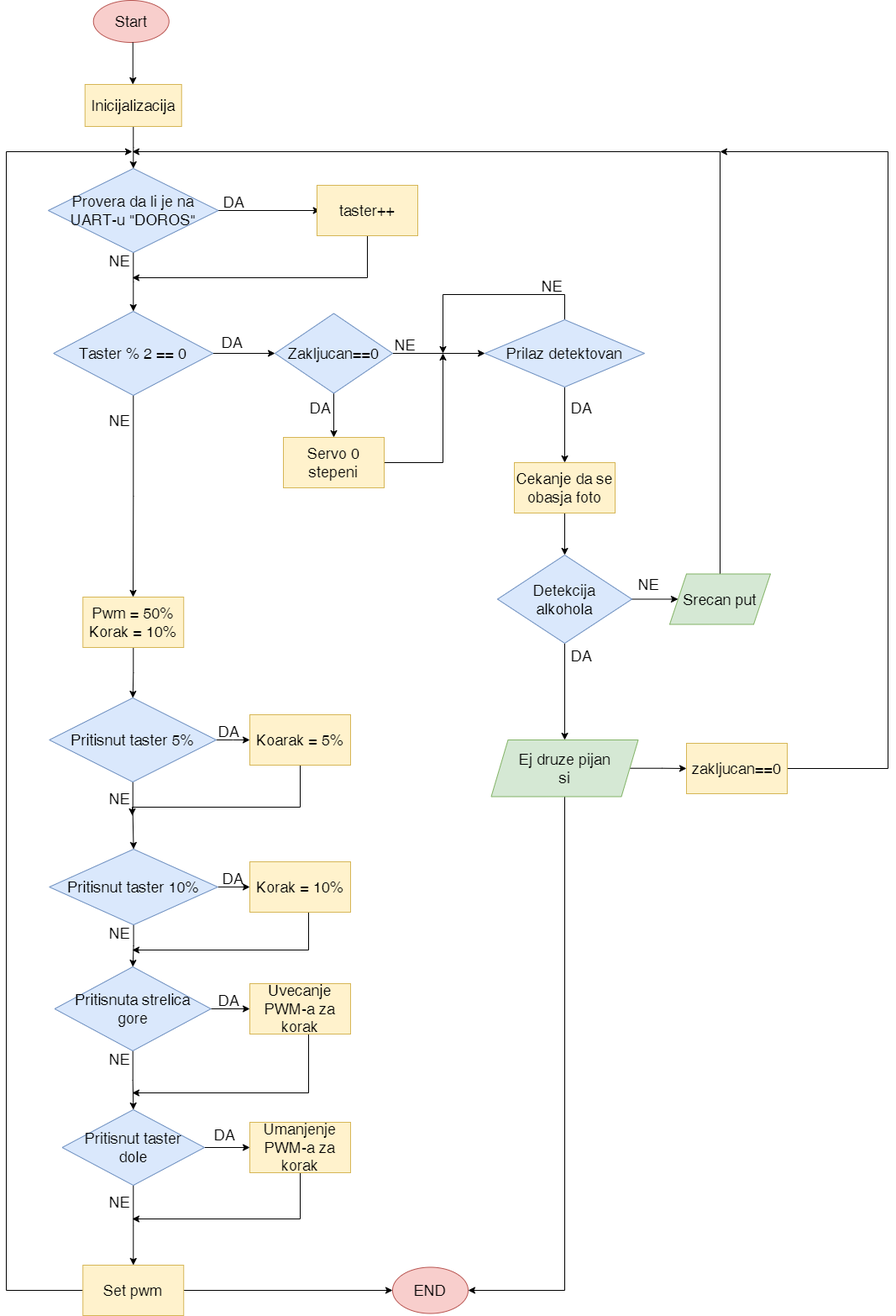
The draw.io diagram Algoritam rada.png in PetarUbavic/Primenjena-Elektronika-Prvi-Projekat, before a commit. Source tidied: cells renumbered, new cells last; positions are measured from the earlier drawing's top-left corner, leaving out a move shared by most shapes.
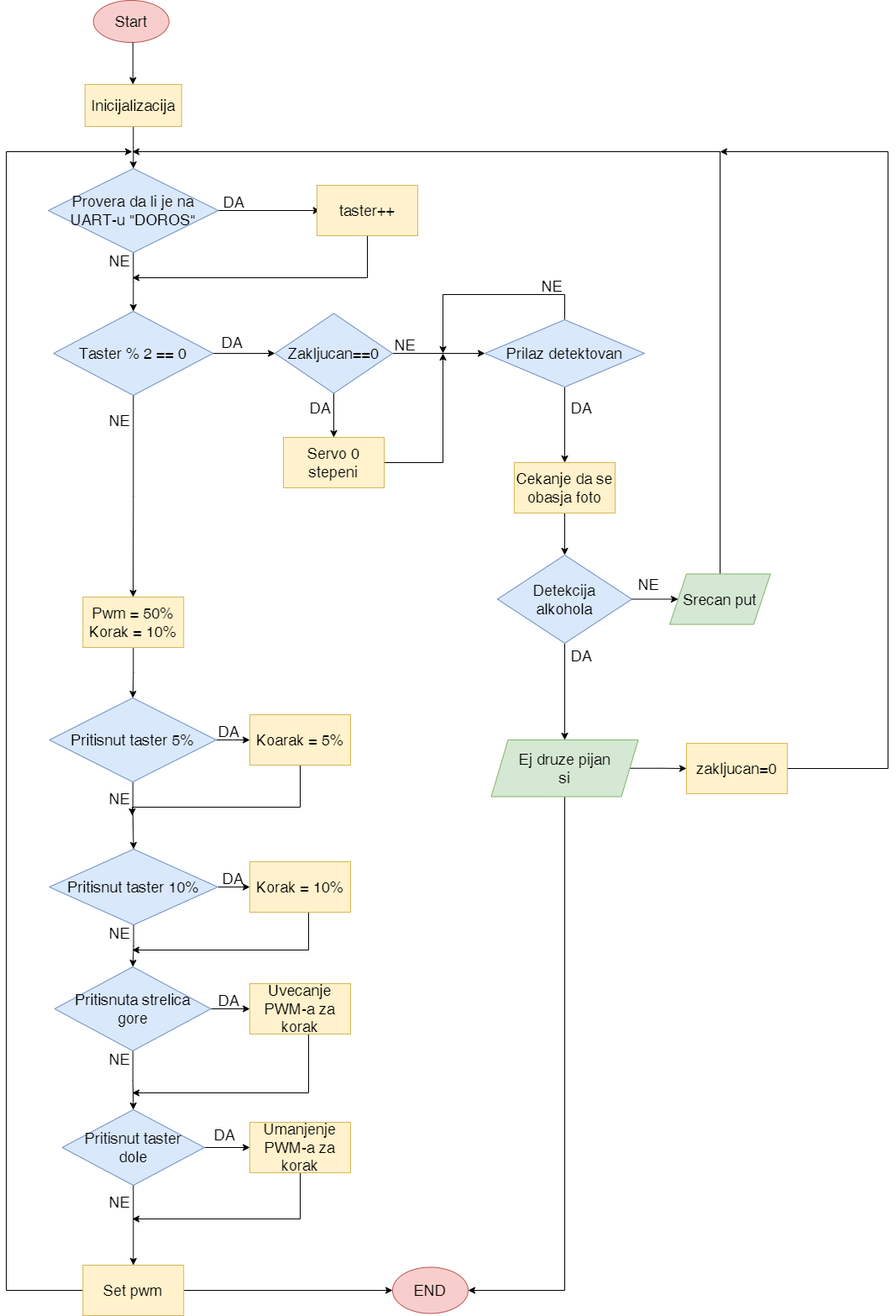
The same file after the commit.

What changed in the source:
```diff
@@ -123,7 +123,7 @@
         </Array>
       </mxGeometry>
     </mxCell>
-    <mxCell id="31" value="zakljucan==0" style="rounded=0;whiteSpace=wrap;html=1;fontSize=18;fillColor=#fff2cc;strokeColor=#d6b656;" parent="1" vertex="1">
+    <mxCell id="31" value="zakljucan=0" style="rounded=0;whiteSpace=wrap;html=1;fontSize=18;fillColor=#fff2cc;strokeColor=#d6b656;" parent="1" vertex="1">
       <mxGeometry x="810" y="884" width="120" height="60" as="geometry" />
     </mxCell>
     <mxCell id="32" style="edgeStyle=orthogonalEdgeStyle;rounded=0;jettySize=auto;html=1;fontSize=18;" parent="1" edge="1" source="33" target="38">
```
